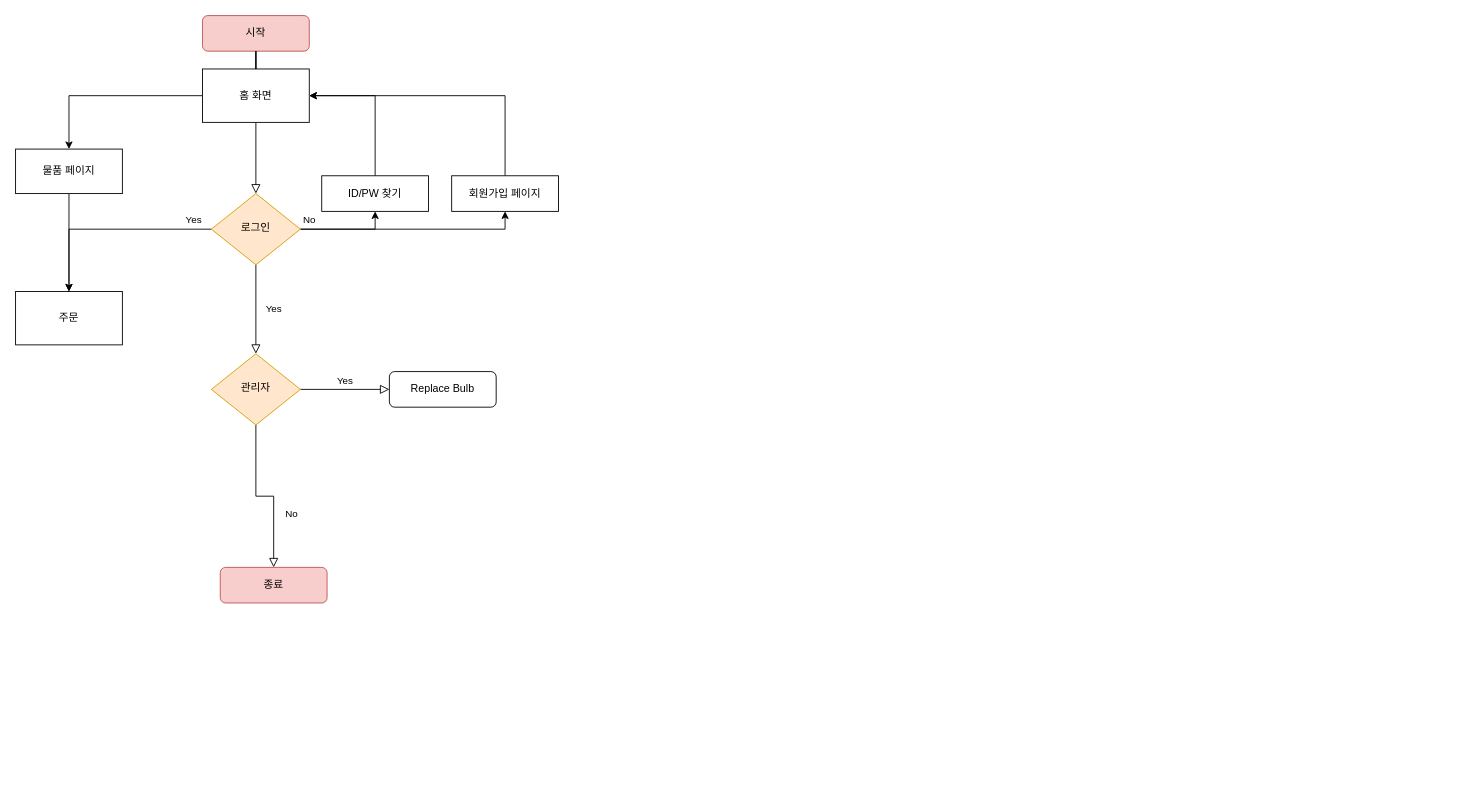
This is Untitled Diagram.drawio from jwj3400/abc, a draw.io file, before an edit. Source tidied: cells renumbered, new cells numbered last; positions are measured from the earlier drawing's top-left corner, leaving out a move shared by most shapes. Both pictures are drawn from the tidied source at 89%, with x=0, y=0 at pixel (15, 15).
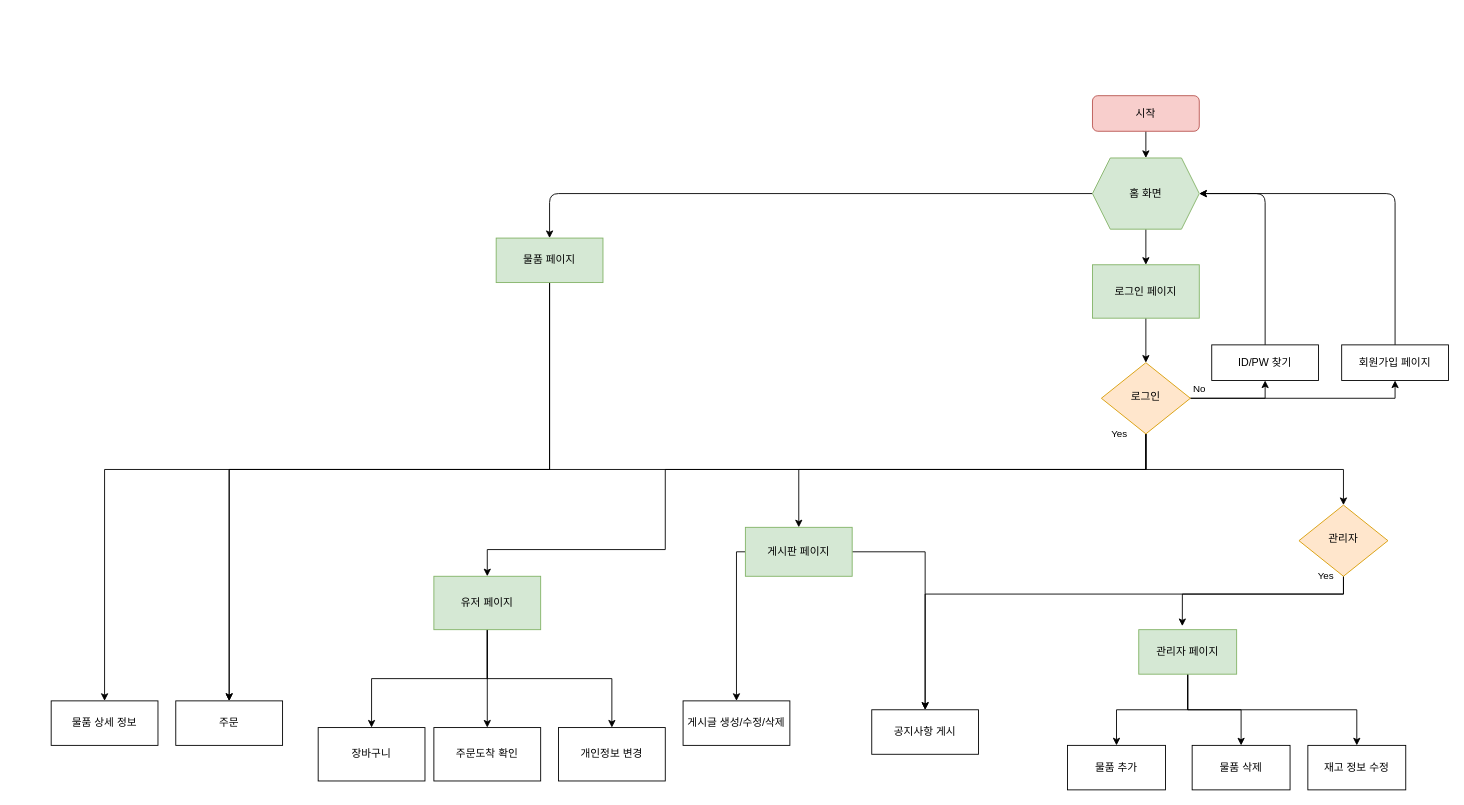
The same page after the edit.

Diff of the diagram source:
```diff
@@
-    <mxCell id="2" style="rounded=0;html=1;jettySize=auto;fontSize=11;endArrow=block;endFill=0;endSize=8;strokeWidth=1;shadow=0;labelBackgroundColor=none;edgeStyle=orthogonalEdgeStyle;startArrow=none;" parent="1" edge="1" source="17" target="8">
-      <mxGeometry relative="1" as="geometry" />
-    </mxCell>
+    <mxCell id="24" style="edgeStyle=orthogonalEdgeStyle;curved=0;rounded=1;sketch=0;jettySize=auto;html=1;exitX=0.5;exitY=1;exitDx=0;exitDy=0;entryX=0.5;entryY=0;entryDx=0;entryDy=0;" parent="1" edge="1" source="3" target="38">
+      <mxGeometry relative="1" as="geometry" />
+    </mxCell>
     <mxCell id="3" value="시작" style="rounded=1;whiteSpace=wrap;html=1;fontSize=12;glass=0;strokeWidth=1;shadow=0;fillColor=#f8cecc;strokeColor=#b85450;" parent="1" vertex="1">
-      <mxGeometry x="210" width="120" height="40" as="geometry" />
+      <mxGeometry x="1210" y="90" width="120" height="40" as="geometry" />
     </mxCell>
-    <mxCell id="4" value="Yes" style="rounded=0;html=1;jettySize=auto;fontSize=11;endArrow=block;endFill=0;endSize=8;strokeWidth=1;shadow=0;labelBackgroundColor=none;edgeStyle=orthogonalEdgeStyle;" parent="1" edge="1" source="8" target="13">
-      <mxGeometry y="20" relative="1" as="geometry" />
-    </mxCell>
@@
+    <mxCell id="25" style="edgeStyle=orthogonalEdgeStyle;rounded=0;sketch=0;jettySize=auto;html=1;exitX=0.5;exitY=1;exitDx=0;exitDy=0;entryX=0.5;entryY=0;entryDx=0;entryDy=0;" parent="1" edge="1" source="8" target="41">
+      <mxGeometry relative="1" as="geometry">
+        <Array as="points">
+          <mxPoint x="1270" y="510" />
+          <mxPoint x="880" y="510" />
+        </Array>
+      </mxGeometry>
+    </mxCell>
-    <mxCell id="7" value="Yes&lt;br&gt;" style="edgeStyle=orthogonalEdgeStyle;rounded=0;jettySize=auto;html=1;exitX=0;exitY=0.5;exitDx=0;exitDy=0;" parent="1" edge="1" source="8" target="23">
-      <mxGeometry x="-0.83" y="-10" relative="1" as="geometry" />
+    <mxCell id="7" value="Yes" style="edgeStyle=orthogonalEdgeStyle;rounded=0;sketch=0;jettySize=auto;html=1;exitX=0.5;exitY=1;exitDx=0;exitDy=0;entryX=0.5;entryY=0;entryDx=0;entryDy=0;" parent="1" edge="1" source="8" target="23">
+      <mxGeometry x="-1" y="-30" relative="1" as="geometry">
+        <Array as="points">
+          <mxPoint x="1270" y="510" />
+          <mxPoint x="240" y="510" />
+        </Array>
+      </mxGeometry>
     </mxCell>
+    <mxCell id="26" style="edgeStyle=orthogonalEdgeStyle;rounded=0;sketch=0;jettySize=auto;html=1;exitX=0.5;exitY=1;exitDx=0;exitDy=0;entryX=0.5;entryY=0;entryDx=0;entryDy=0;" parent="1" edge="1" source="8" target="51">
+      <mxGeometry relative="1" as="geometry">
+        <Array as="points">
+          <mxPoint x="1270" y="510" />
+          <mxPoint x="730" y="510" />
+          <mxPoint x="730" y="600" />
+          <mxPoint x="530" y="600" />
+        </Array>
+      </mxGeometry>
+    </mxCell>
+    <mxCell id="4" style="edgeStyle=orthogonalEdgeStyle;rounded=0;sketch=0;jettySize=auto;html=1;exitX=0.5;exitY=1;exitDx=0;exitDy=0;entryX=0.5;entryY=0;entryDx=0;entryDy=0;" parent="1" edge="1" source="8" target="13">
+      <mxGeometry relative="1" as="geometry" />
+    </mxCell>
     <mxCell id="8" value="로그인" style="rhombus;whiteSpace=wrap;html=1;shadow=0;fontFamily=Helvetica;fontSize=12;align=center;strokeWidth=1;spacing=6;spacingTop=-4;fillColor=#ffe6cc;strokeColor=#d79b00;" parent="1" vertex="1">
-      <mxGeometry x="220" y="200" width="100" height="80" as="geometry" />
+      <mxGeometry x="1220" y="390" width="100" height="80" as="geometry" />
     </mxCell>
-    <mxCell id="9" style="edgeStyle=orthogonalEdgeStyle;rounded=0;jettySize=auto;html=1;exitX=0.5;exitY=0;exitDx=0;exitDy=0;entryX=1;entryY=0.5;entryDx=0;entryDy=0;" parent="1" edge="1" source="10" target="17">
-      <mxGeometry relative="1" as="geometry" />
-    </mxCell>
+    <mxCell id="27" style="edgeStyle=orthogonalEdgeStyle;curved=0;rounded=1;sketch=0;jettySize=auto;html=1;exitX=0.5;exitY=0;exitDx=0;exitDy=0;entryX=1;entryY=0.5;entryDx=0;entryDy=0;" parent="1" edge="1" source="10" target="38">
+      <mxGeometry relative="1" as="geometry" />
+    </mxCell>
     <mxCell id="10" value="회원가입 페이지" style="rounded=1;whiteSpace=wrap;html=1;fontSize=12;glass=0;strokeWidth=1;shadow=0;arcSize=0;" parent="1" vertex="1">
-      <mxGeometry x="490" y="180" width="120" height="40" as="geometry" />
+      <mxGeometry x="1490" y="370" width="120" height="40" as="geometry" />
     </mxCell>
-    <mxCell id="11" value="No" style="rounded=0;html=1;jettySize=auto;fontSize=11;endArrow=block;endFill=0;endSize=8;strokeWidth=1;shadow=0;labelBackgroundColor=none;edgeStyle=orthogonalEdgeStyle;" parent="1" edge="1" source="13" target="14">
-      <mxGeometry x="0.33" y="20" relative="1" as="geometry" />
-    </mxCell>
-    <mxCell id="12" value="Yes" style="edgeStyle=orthogonalEdgeStyle;rounded=0;html=1;jettySize=auto;fontSize=11;endArrow=block;endFill=0;endSize=8;strokeWidth=1;shadow=0;labelBackgroundColor=none;" parent="1" edge="1" source="13" target="15">
-      <mxGeometry y="10" relative="1" as="geometry" />
-    </mxCell>
+    <mxCell id="28" style="edgeStyle=orthogonalEdgeStyle;rounded=0;sketch=0;jettySize=auto;html=1;exitX=0.5;exitY=1;exitDx=0;exitDy=0;entryX=0.445;entryY=-0.08;entryDx=0;entryDy=0;entryPerimeter=0;" parent="1" edge="1" source="13" target="35">
+      <mxGeometry relative="1" as="geometry">
+        <Array as="points">
+          <mxPoint x="1492" y="650" />
+          <mxPoint x="1311" y="650" />
+        </Array>
+      </mxGeometry>
+    </mxCell>
+    <mxCell id="29" value="Yes" style="edgeStyle=orthogonalEdgeStyle;rounded=0;sketch=0;jettySize=auto;html=1;exitX=0.5;exitY=1;exitDx=0;exitDy=0;entryX=0.5;entryY=0;entryDx=0;entryDy=0;" parent="1" edge="1" source="13" target="46">
+      <mxGeometry x="-1" y="-20" relative="1" as="geometry">
+        <Array as="points">
+          <mxPoint x="1492" y="650" />
+          <mxPoint x="1022" y="650" />
+        </Array>
+      </mxGeometry>
+    </mxCell>
     <mxCell id="13" value="관리자" style="rhombus;whiteSpace=wrap;html=1;shadow=0;fontFamily=Helvetica;fontSize=12;align=center;strokeWidth=1;spacing=6;spacingTop=-4;fillColor=#ffe6cc;strokeColor=#d79b00;" parent="1" vertex="1">
-      <mxGeometry x="220" y="380" width="100" height="80" as="geometry" />
+      <mxGeometry x="1442" y="550" width="100" height="80" as="geometry" />
     </mxCell>
-    <mxCell id="14" value="종료" style="rounded=1;whiteSpace=wrap;html=1;fontSize=12;glass=0;strokeWidth=1;shadow=0;fillColor=#f8cecc;strokeColor=#b85450;" parent="1" vertex="1">
-      <mxGeometry x="230" y="620" width="120" height="40" as="geometry" />
-    </mxCell>
-    <mxCell id="15" value="Replace Bulb" style="rounded=1;whiteSpace=wrap;html=1;fontSize=12;glass=0;strokeWidth=1;shadow=0;" parent="1" vertex="1">
-      <mxGeometry x="420" y="400" width="120" height="40" as="geometry" />
-    </mxCell>
-    <mxCell id="16" style="edgeStyle=orthogonalEdgeStyle;rounded=0;jettySize=auto;html=1;exitX=0;exitY=0.5;exitDx=0;exitDy=0;entryX=0.5;entryY=0;entryDx=0;entryDy=0;" parent="1" edge="1" source="17" target="22">
-      <mxGeometry relative="1" as="geometry" />
-    </mxCell>
+    <mxCell id="2" style="edgeStyle=orthogonalEdgeStyle;curved=0;rounded=1;sketch=0;jettySize=auto;html=1;exitX=0.5;exitY=1;exitDx=0;exitDy=0;entryX=0.5;entryY=0;entryDx=0;entryDy=0;" parent="1" edge="1" source="17" target="8">
+      <mxGeometry relative="1" as="geometry" />
+    </mxCell>
-    <mxCell id="17" value="홈 화면" style="rounded=0;whiteSpace=wrap;html=1;" parent="1" vertex="1">
-      <mxGeometry x="210" y="60" width="120" height="60" as="geometry" />
+    <mxCell id="17" value="로그인 페이지" style="rounded=0;whiteSpace=wrap;html=1;fillColor=#d5e8d4;strokeColor=#82b366;" parent="1" vertex="1">
+      <mxGeometry x="1210" y="280" width="120" height="60" as="geometry" />
     </mxCell>
-    <mxCell id="18" style="rounded=0;html=1;jettySize=auto;fontSize=11;endArrow=none;endFill=0;endSize=8;strokeWidth=1;shadow=0;labelBackgroundColor=none;edgeStyle=orthogonalEdgeStyle;" parent="1" edge="1" source="3" target="17">
-      <mxGeometry relative="1" as="geometry" />
-    </mxCell>
-    <mxCell id="19" style="edgeStyle=orthogonalEdgeStyle;rounded=0;jettySize=auto;html=1;exitX=0.5;exitY=0;exitDx=0;exitDy=0;entryX=1;entryY=0.5;entryDx=0;entryDy=0;" parent="1" edge="1" source="20" target="17">
-      <mxGeometry relative="1" as="geometry" />
-    </mxCell>
+    <mxCell id="30" style="edgeStyle=orthogonalEdgeStyle;curved=0;rounded=1;sketch=0;jettySize=auto;html=1;exitX=0.5;exitY=0;exitDx=0;exitDy=0;entryX=1;entryY=0.5;entryDx=0;entryDy=0;" parent="1" edge="1" source="20" target="38">
+      <mxGeometry relative="1" as="geometry" />
+    </mxCell>
     <mxCell id="20" value="ID/PW 찾기" style="rounded=1;whiteSpace=wrap;html=1;fontSize=12;glass=0;strokeWidth=1;shadow=0;arcSize=0;" parent="1" vertex="1">
-      <mxGeometry x="344" y="180" width="120" height="40" as="geometry" />
+      <mxGeometry x="1344" y="370" width="120" height="40" as="geometry" />
     </mxCell>
     <mxCell id="21" style="edgeStyle=orthogonalEdgeStyle;rounded=0;jettySize=auto;html=1;exitX=0.5;exitY=1;exitDx=0;exitDy=0;entryX=0.5;entryY=0;entryDx=0;entryDy=0;" parent="1" edge="1" source="22" target="23">
-      <mxGeometry relative="1" as="geometry" />
+      <mxGeometry relative="1" as="geometry">
+        <Array as="points">
+          <mxPoint x="600" y="510" />
+          <mxPoint x="240" y="510" />
+        </Array>
+      </mxGeometry>
     </mxCell>
+    <mxCell id="31" style="edgeStyle=orthogonalEdgeStyle;rounded=0;sketch=0;jettySize=auto;html=1;exitX=0.5;exitY=1;exitDx=0;exitDy=0;entryX=0.5;entryY=0;entryDx=0;entryDy=0;" parent="1" edge="1" source="22" target="42">
+      <mxGeometry relative="1" as="geometry">
+        <Array as="points">
+          <mxPoint x="600" y="510" />
+          <mxPoint x="100" y="510" />
+        </Array>
+      </mxGeometry>
+    </mxCell>
-    <mxCell id="22" value="물품 페이지" style="rounded=0;whiteSpace=wrap;html=1;" parent="1" vertex="1">
-      <mxGeometry y="150" width="120" height="50" as="geometry" />
+    <mxCell id="22" value="물품 페이지" style="rounded=0;whiteSpace=wrap;html=1;fillColor=#d5e8d4;strokeColor=#82b366;" parent="1" vertex="1">
+      <mxGeometry x="540" y="250" width="120" height="50" as="geometry" />
     </mxCell>
     <mxCell id="23" value="주문" style="rounded=0;whiteSpace=wrap;html=1;" parent="1" vertex="1">
-      <mxGeometry y="310" width="120" height="60" as="geometry" />
+      <mxGeometry x="180" y="770" width="120" height="50" as="geometry" />
     </mxCell>
+    <mxCell id="32" style="edgeStyle=orthogonalEdgeStyle;rounded=0;sketch=0;jettySize=auto;html=1;exitX=0.5;exitY=1;exitDx=0;exitDy=0;entryX=0.5;entryY=0;entryDx=0;entryDy=0;" parent="1" edge="1" source="35" target="43">
+      <mxGeometry relative="1" as="geometry" />
+    </mxCell>
+    <mxCell id="33" style="edgeStyle=orthogonalEdgeStyle;rounded=0;sketch=0;jettySize=auto;html=1;exitX=0.5;exitY=1;exitDx=0;exitDy=0;" parent="1" edge="1" source="35" target="44">
+      <mxGeometry relative="1" as="geometry" />
+    </mxCell>
+    <mxCell id="34" style="edgeStyle=orthogonalEdgeStyle;rounded=0;sketch=0;jettySize=auto;html=1;exitX=0.5;exitY=1;exitDx=0;exitDy=0;entryX=0.5;entryY=0;entryDx=0;entryDy=0;" parent="1" edge="1" source="35" target="45">
+      <mxGeometry relative="1" as="geometry" />
+    </mxCell>
+    <mxCell id="35" value="관리자 페이지" style="rounded=0;whiteSpace=wrap;html=1;fillColor=#d5e8d4;strokeColor=#82b366;" parent="1" vertex="1">
+      <mxGeometry x="1262" y="690" width="110" height="50" as="geometry" />
+    </mxCell>
+    <mxCell id="36" style="edgeStyle=orthogonalEdgeStyle;curved=0;rounded=1;sketch=0;jettySize=auto;html=1;exitX=0.5;exitY=1;exitDx=0;exitDy=0;entryX=0.5;entryY=0;entryDx=0;entryDy=0;" parent="1" edge="1" source="38" target="17">
+      <mxGeometry relative="1" as="geometry" />
+    </mxCell>
+    <mxCell id="37" style="edgeStyle=orthogonalEdgeStyle;curved=0;rounded=1;sketch=0;jettySize=auto;html=1;exitX=0;exitY=0.5;exitDx=0;exitDy=0;" parent="1" edge="1" source="38" target="22">
+      <mxGeometry relative="1" as="geometry" />
+    </mxCell>
+    <mxCell id="38" value="홈 화면" style="shape=hexagon;perimeter=hexagonPerimeter2;whiteSpace=wrap;html=1;fixedSize=1;rounded=0;sketch=0;size=20;fillColor=#d5e8d4;strokeColor=#82b366;" parent="1" vertex="1">
+      <mxGeometry x="1210" y="160" width="120" height="80" as="geometry" />
+    </mxCell>
+    <mxCell id="39" style="edgeStyle=orthogonalEdgeStyle;rounded=0;sketch=0;jettySize=auto;html=1;exitX=0;exitY=0.5;exitDx=0;exitDy=0;entryX=0.5;entryY=0;entryDx=0;entryDy=0;" parent="1" edge="1" source="41" target="47">
+      <mxGeometry relative="1" as="geometry">
+        <Array as="points">
+          <mxPoint x="810" y="603" />
+        </Array>
+      </mxGeometry>
+    </mxCell>
+    <mxCell id="40" style="edgeStyle=orthogonalEdgeStyle;rounded=0;sketch=0;jettySize=auto;html=1;exitX=1;exitY=0.5;exitDx=0;exitDy=0;entryX=0.5;entryY=0;entryDx=0;entryDy=0;" parent="1" edge="1" source="41" target="46">
+      <mxGeometry relative="1" as="geometry" />
+    </mxCell>
+    <mxCell id="41" value="게시판 페이지" style="rounded=0;whiteSpace=wrap;html=1;fillColor=#d5e8d4;strokeColor=#82b366;" parent="1" vertex="1">
+      <mxGeometry x="820" y="575" width="120" height="55" as="geometry" />
+    </mxCell>
+    <mxCell id="42" value="물품 상세 정보" style="rounded=0;whiteSpace=wrap;html=1;sketch=0;" parent="1" vertex="1">
+      <mxGeometry x="40" y="770" width="120" height="50" as="geometry" />
+    </mxCell>
+    <mxCell id="43" value="물품 추가" style="rounded=0;whiteSpace=wrap;html=1;" parent="1" vertex="1">
+      <mxGeometry x="1182" y="820" width="110" height="50" as="geometry" />
+    </mxCell>
+    <mxCell id="44" value="물품 삭제" style="rounded=0;whiteSpace=wrap;html=1;" parent="1" vertex="1">
+      <mxGeometry x="1322" y="820" width="110" height="50" as="geometry" />
+    </mxCell>
+    <mxCell id="45" value="재고 정보 수정" style="rounded=0;whiteSpace=wrap;html=1;" parent="1" vertex="1">
+      <mxGeometry x="1452" y="820" width="110" height="50" as="geometry" />
+    </mxCell>
+    <mxCell id="46" value="공지사항 게시" style="rounded=0;whiteSpace=wrap;html=1;" parent="1" vertex="1">
+      <mxGeometry x="962" y="780" width="120" height="50" as="geometry" />
+    </mxCell>
+    <mxCell id="47" value="게시글 생성/수정/삭제" style="rounded=0;whiteSpace=wrap;html=1;" parent="1" vertex="1">
+      <mxGeometry x="750" y="770" width="120" height="50" as="geometry" />
+    </mxCell>
+    <mxCell id="48" style="edgeStyle=orthogonalEdgeStyle;rounded=0;sketch=0;jettySize=auto;html=1;exitX=0.5;exitY=1;exitDx=0;exitDy=0;entryX=0.5;entryY=0;entryDx=0;entryDy=0;" parent="1" edge="1" source="51" target="53">
+      <mxGeometry relative="1" as="geometry" />
+    </mxCell>
+    <mxCell id="49" style="edgeStyle=orthogonalEdgeStyle;rounded=0;sketch=0;jettySize=auto;html=1;exitX=0.5;exitY=1;exitDx=0;exitDy=0;entryX=0.5;entryY=0;entryDx=0;entryDy=0;" parent="1" edge="1" source="51" target="54">
+      <mxGeometry relative="1" as="geometry" />
+    </mxCell>
+    <mxCell id="50" style="edgeStyle=orthogonalEdgeStyle;rounded=0;sketch=0;jettySize=auto;html=1;exitX=0.5;exitY=1;exitDx=0;exitDy=0;entryX=0.5;entryY=0;entryDx=0;entryDy=0;" parent="1" edge="1" source="51" target="52">
+      <mxGeometry relative="1" as="geometry" />
+    </mxCell>
+    <mxCell id="51" value="유저 페이지" style="rounded=0;whiteSpace=wrap;html=1;sketch=0;fillColor=#d5e8d4;strokeColor=#82b366;" parent="1" vertex="1">
+      <mxGeometry x="470" y="630" width="120" height="60" as="geometry" />
+    </mxCell>
+    <mxCell id="52" value="장바구니" style="rounded=0;whiteSpace=wrap;html=1;sketch=0;" parent="1" vertex="1">
+      <mxGeometry x="340" y="800" width="120" height="60" as="geometry" />
+    </mxCell>
+    <mxCell id="53" value="주문도착 확인" style="rounded=0;whiteSpace=wrap;html=1;sketch=0;" parent="1" vertex="1">
+      <mxGeometry x="470" y="800" width="120" height="60" as="geometry" />
+    </mxCell>
+    <mxCell id="54" value="개인정보 변경" style="rounded=0;whiteSpace=wrap;html=1;sketch=0;" parent="1" vertex="1">
+      <mxGeometry x="610" y="800" width="120" height="60" as="geometry" />
+    </mxCell>
```
